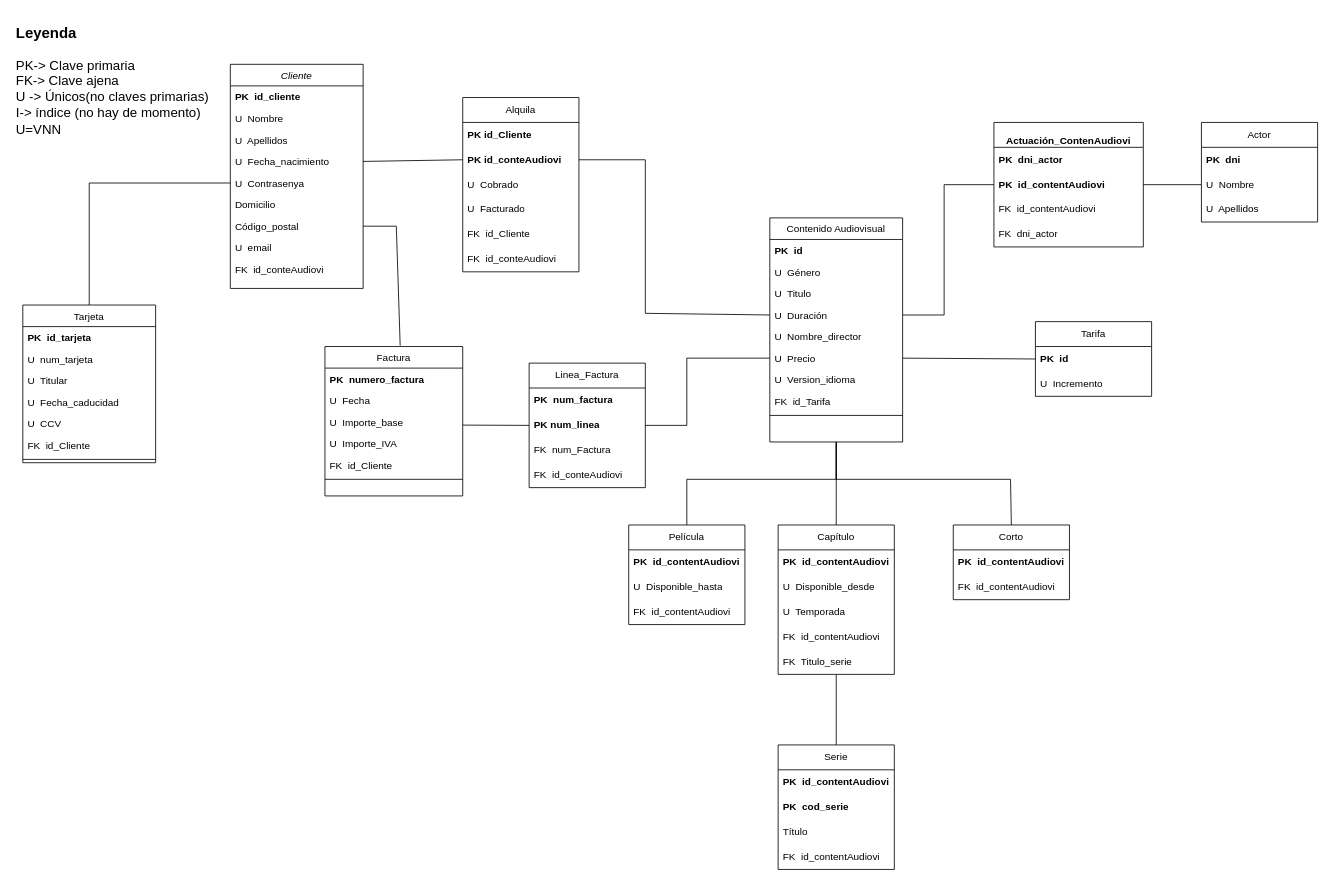
Ivanmontesinos21/Proyecto_MiraVereda keeps this draw.io diagram as Modelo Relacional.drawio. Above is the earlier version. Source tidied: cells renumbered, new cells numbered last; positions are measured from the earlier drawing's top-left corner, leaving out a move shared by most shapes. Both pictures are drawn from the tidied source at 83%, with x=0, y=0 at pixel (14, 14).
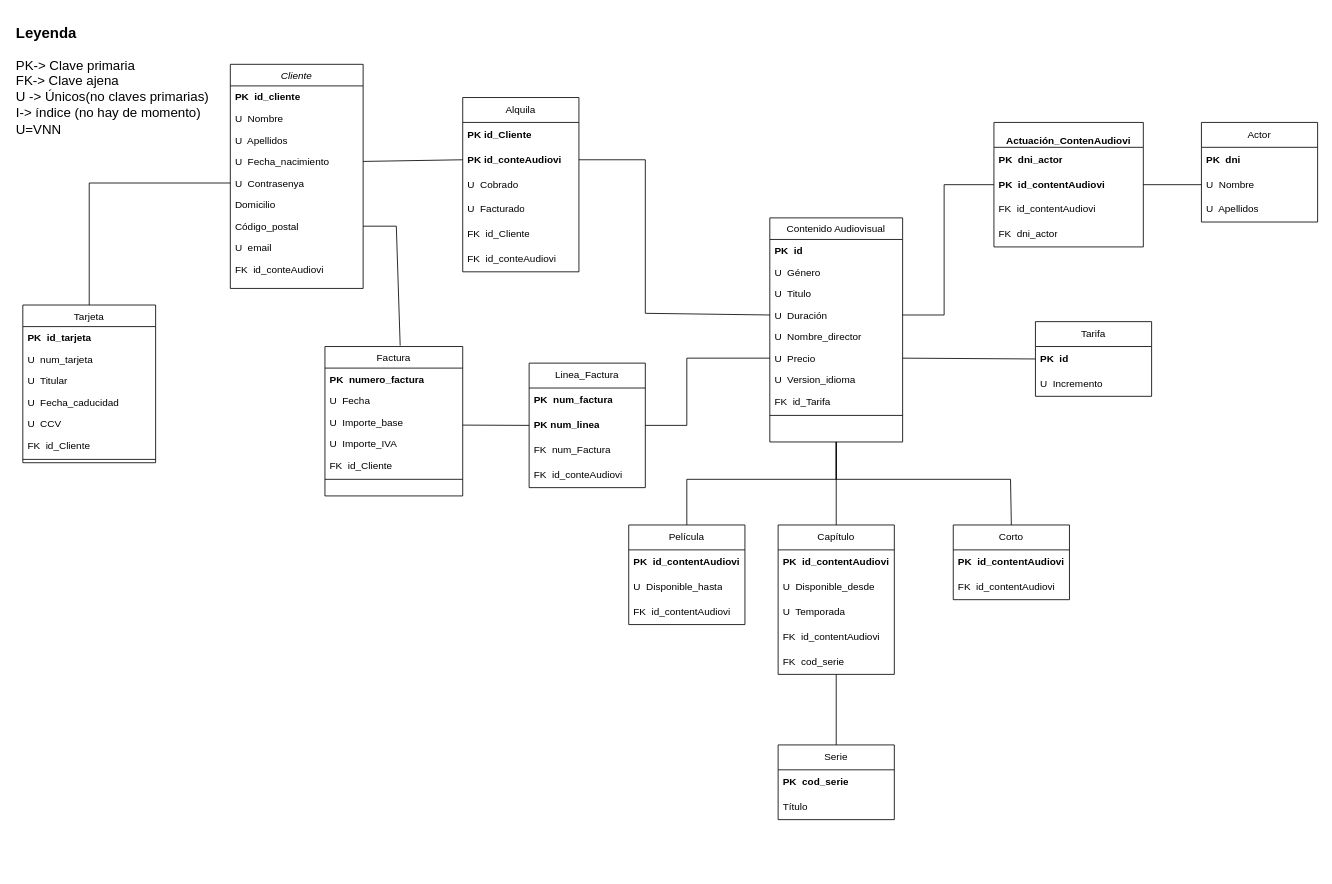
The same diagram, later.

Commit message:
Pequeño arreglo en Modelo Relacional

The change refers to these unchanged cells:
```xml
<mxCell id="54" value="Capítulo" style="swimlane;fontStyle=0;horizontal=1;startSize=30;whiteSpace=wrap;html=1;" parent="1" vertex="1">
  <mxGeometry x="920" y="615" width="140" height="180" as="geometry" />
</mxCell>
```

Change to the diagram source:
```diff
@@
     <mxCell id="45" value="Serie" style="swimlane;fontStyle=0;horizontal=1;startSize=30;whiteSpace=wrap;html=1;" parent="1" vertex="1">
-      <mxGeometry x="920" y="880" width="140" height="150" as="geometry" />
+      <mxGeometry x="920" y="880" width="140" height="90" as="geometry" />
     </mxCell>
-    <mxCell id="46" value="&lt;b&gt;PK&amp;nbsp; id_contentAudiovi&lt;/b&gt;" style="text;strokeColor=none;fillColor=none;align=left;verticalAlign=middle;spacingLeft=4;spacingRight=4;overflow=hidden;whiteSpace=wrap;html=1;" parent="45" vertex="1">
-      <mxGeometry y="30" width="140" height="30" as="geometry" />
-    </mxCell>
     <mxCell id="47" value="&lt;b&gt;PK&amp;nbsp; cod_serie&lt;/b&gt;" style="text;strokeColor=none;fillColor=none;align=left;verticalAlign=middle;spacingLeft=4;spacingRight=4;overflow=hidden;whiteSpace=wrap;html=1;" parent="45" vertex="1">
-      <mxGeometry y="60" width="140" height="30" as="geometry" />
+      <mxGeometry y="30" width="140" height="30" as="geometry" />
     </mxCell>
     <mxCell id="48" value="Título" style="text;strokeColor=none;fillColor=none;align=left;verticalAlign=middle;spacingLeft=4;spacingRight=4;overflow=hidden;whiteSpace=wrap;html=1;" parent="45" vertex="1">
-      <mxGeometry y="90" width="140" height="30" as="geometry" />
+      <mxGeometry y="60" width="140" height="30" as="geometry" />
     </mxCell>
-    <mxCell id="49" value="FK&amp;nbsp; id_contentAudiovi" style="text;strokeColor=none;fillColor=none;align=left;verticalAlign=middle;spacingLeft=4;spacingRight=4;overflow=hidden;whiteSpace=wrap;html=1;" parent="45" vertex="1">
-      <mxGeometry y="120" width="140" height="30" as="geometry" />
-    </mxCell>
@@
-    <mxCell id="59" value="FK&amp;nbsp; Titulo_serie" style="text;strokeColor=none;fillColor=none;align=left;verticalAlign=middle;spacingLeft=4;spacingRight=4;overflow=hidden;points=[[0,0.5],[1,0.5]];portConstraint=eastwest;whiteSpace=wrap;html=1;" parent="54" vertex="1">
+    <mxCell id="59" value="&lt;div&gt;FK&amp;nbsp; cod_serie&lt;/div&gt;" style="text;strokeColor=none;fillColor=none;align=left;verticalAlign=middle;spacingLeft=4;spacingRight=4;overflow=hidden;points=[[0,0.5],[1,0.5]];portConstraint=eastwest;whiteSpace=wrap;html=1;" parent="54" vertex="1">
       <mxGeometry y="150" width="140" height="30" as="geometry" />
     </mxCell>
```
